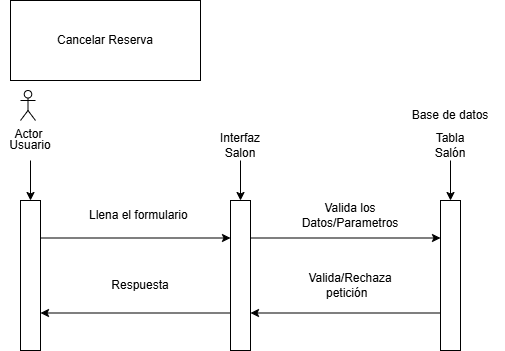
Earlier version of the draw.io export extracted_diagrams/image7.png (JulianCorsich1/Proyecto.Taller.JJ). Source tidied: cells renumbered, new cells last; positions are measured from the earlier drawing's top-left corner, leaving out a move shared by most shapes. Its diagram source:
```xml
<mxGraphModel>
  <root>
    <mxCell id="0" />
    <mxCell id="1" parent="0" />
    <mxCell id="2" style="edgeStyle=orthogonalEdgeStyle;rounded=0;jettySize=auto;html=1;" parent="1" edge="1" target="4">
      <mxGeometry relative="1" as="geometry">
        <mxPoint x="30" y="160" as="sourcePoint" />
      </mxGeometry>
    </mxCell>
    <mxCell id="3" style="edgeStyle=orthogonalEdgeStyle;rounded=0;jettySize=auto;html=1;exitX=1;exitY=0.25;exitDx=0;exitDy=0;entryX=0;entryY=0.25;entryDx=0;entryDy=0;" parent="1" edge="1" source="4" target="8">
      <mxGeometry relative="1" as="geometry" />
    </mxCell>
    <mxCell id="4" style="rounded=0;whiteSpace=wrap;html=1;" parent="1" vertex="1">
      <mxGeometry x="20" y="200" width="20" height="150" as="geometry" />
    </mxCell>
    <mxCell id="5" value="Usuario" style="text;html=1;whiteSpace=wrap;strokeColor=none;fillColor=none;align=center;verticalAlign=middle;rounded=0;" parent="1" vertex="1">
      <mxGeometry y="130" width="60" height="30" as="geometry" />
    </mxCell>
    <mxCell id="6" style="edgeStyle=orthogonalEdgeStyle;rounded=0;jettySize=auto;html=1;exitX=1;exitY=0.25;exitDx=0;exitDy=0;entryX=0;entryY=0.25;entryDx=0;entryDy=0;" parent="1" edge="1" source="8" target="10">
      <mxGeometry relative="1" as="geometry" />
    </mxCell>
    <mxCell id="7" style="edgeStyle=orthogonalEdgeStyle;rounded=0;jettySize=auto;html=1;exitX=0;exitY=0.75;exitDx=0;exitDy=0;entryX=1;entryY=0.75;entryDx=0;entryDy=0;" parent="1" edge="1" source="8" target="4">
      <mxGeometry relative="1" as="geometry" />
    </mxCell>
    <mxCell id="8" style="rounded=0;whiteSpace=wrap;html=1;" parent="1" vertex="1">
      <mxGeometry x="230" y="200" width="20" height="150" as="geometry" />
    </mxCell>
    <mxCell id="9" style="edgeStyle=orthogonalEdgeStyle;rounded=0;jettySize=auto;html=1;exitX=0;exitY=0.75;exitDx=0;exitDy=0;entryX=1;entryY=0.75;entryDx=0;entryDy=0;" parent="1" edge="1" source="10" target="8">
      <mxGeometry relative="1" as="geometry" />
    </mxCell>
    <mxCell id="10" style="rounded=0;whiteSpace=wrap;html=1;" parent="1" vertex="1">
      <mxGeometry x="440" y="200" width="20" height="150" as="geometry" />
    </mxCell>
    <mxCell id="11" style="edgeStyle=orthogonalEdgeStyle;rounded=0;jettySize=auto;html=1;exitX=0.5;exitY=1;exitDx=0;exitDy=0;entryX=0.5;entryY=0;entryDx=0;entryDy=0;" parent="1" edge="1" source="12" target="8">
      <mxGeometry relative="1" as="geometry" />
    </mxCell>
    <mxCell id="12" value="Interfaz Salon" style="text;html=1;whiteSpace=wrap;strokeColor=none;fillColor=none;align=center;verticalAlign=middle;rounded=0;" parent="1" vertex="1">
      <mxGeometry x="210" y="130" width="60" height="30" as="geometry" />
    </mxCell>
    <mxCell id="13" style="edgeStyle=orthogonalEdgeStyle;rounded=0;jettySize=auto;html=1;exitX=0.5;exitY=1;exitDx=0;exitDy=0;entryX=0.5;entryY=0;entryDx=0;entryDy=0;" parent="1" edge="1" source="14" target="10">
      <mxGeometry relative="1" as="geometry" />
    </mxCell>
    <mxCell id="14" value="Tabla Salón" style="text;html=1;whiteSpace=wrap;strokeColor=none;fillColor=none;align=center;verticalAlign=middle;rounded=0;" parent="1" vertex="1">
      <mxGeometry x="420" y="130" width="60" height="30" as="geometry" />
    </mxCell>
    <mxCell id="15" value="Llena el formulario&amp;nbsp;" style="text;html=1;whiteSpace=wrap;strokeColor=none;fillColor=none;align=center;verticalAlign=middle;rounded=0;" parent="1" vertex="1">
      <mxGeometry x="80" y="200" width="120" height="30" as="geometry" />
    </mxCell>
    <mxCell id="16" value="Valida los Datos/Parametros" style="text;html=1;whiteSpace=wrap;strokeColor=none;fillColor=none;align=center;verticalAlign=middle;rounded=0;" parent="1" vertex="1">
      <mxGeometry x="290" y="200" width="120" height="30" as="geometry" />
    </mxCell>
    <mxCell id="17" value="Valida/Rechaza petición&amp;nbsp;&amp;nbsp;" style="text;html=1;whiteSpace=wrap;strokeColor=none;fillColor=none;align=center;verticalAlign=middle;rounded=0;" parent="1" vertex="1">
      <mxGeometry x="290" y="270" width="120" height="30" as="geometry" />
    </mxCell>
    <mxCell id="18" value="Respuesta" style="text;html=1;whiteSpace=wrap;strokeColor=none;fillColor=none;align=center;verticalAlign=middle;rounded=0;" parent="1" vertex="1">
      <mxGeometry x="80" y="270" width="120" height="30" as="geometry" />
    </mxCell>
    <mxCell id="19" value="Cancelar Reserva" style="text;html=1;whiteSpace=wrap;strokeColor=default;fillColor=none;align=center;verticalAlign=middle;rounded=0;gradientColor=none;" parent="1" vertex="1">
      <mxGeometry x="10" width="190" height="80" as="geometry" />
    </mxCell>
    <mxCell id="20" value="Actor" style="shape=umlActor;verticalLabelPosition=bottom;verticalAlign=top;html=1;" parent="1" vertex="1">
      <mxGeometry x="20" y="90" width="15" height="30" as="geometry" />
    </mxCell>
    <mxCell id="21" value="Base de datos" style="text;html=1;whiteSpace=wrap;strokeColor=none;fillColor=none;align=center;verticalAlign=middle;rounded=0;" parent="1" vertex="1">
      <mxGeometry x="395" y="100" width="110" height="30" as="geometry" />
    </mxCell>
  </root>
</mxGraphModel>
```
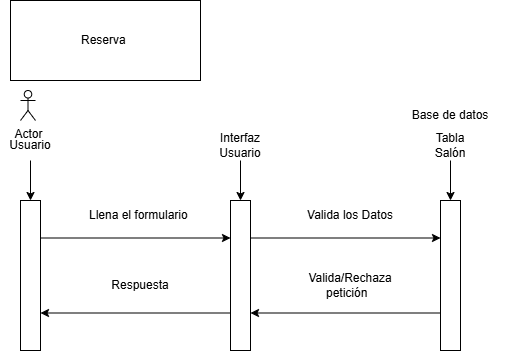
Above is the later version.

What changed in the source:
```diff
@@ -34,7 +34,7 @@
     <mxCell id="11" style="edgeStyle=orthogonalEdgeStyle;rounded=0;jettySize=auto;html=1;exitX=0.5;exitY=1;exitDx=0;exitDy=0;entryX=0.5;entryY=0;entryDx=0;entryDy=0;" parent="1" edge="1" source="12" target="8">
       <mxGeometry relative="1" as="geometry" />
     </mxCell>
-    <mxCell id="12" value="Interfaz Salon" style="text;html=1;whiteSpace=wrap;strokeColor=none;fillColor=none;align=center;verticalAlign=middle;rounded=0;" parent="1" vertex="1">
+    <mxCell id="12" value="Interfaz Usuario" style="text;html=1;whiteSpace=wrap;strokeColor=none;fillColor=none;align=center;verticalAlign=middle;rounded=0;" parent="1" vertex="1">
       <mxGeometry x="210" y="130" width="60" height="30" as="geometry" />
     </mxCell>
     <mxCell id="13" style="edgeStyle=orthogonalEdgeStyle;rounded=0;jettySize=auto;html=1;exitX=0.5;exitY=1;exitDx=0;exitDy=0;entryX=0.5;entryY=0;entryDx=0;entryDy=0;" parent="1" edge="1" source="14" target="10">
@@ -46,7 +46,7 @@
     <mxCell id="15" value="Llena el formulario&amp;nbsp;" style="text;html=1;whiteSpace=wrap;strokeColor=none;fillColor=none;align=center;verticalAlign=middle;rounded=0;" parent="1" vertex="1">
       <mxGeometry x="80" y="200" width="120" height="30" as="geometry" />
     </mxCell>
-    <mxCell id="16" value="Valida los Datos/Parametros" style="text;html=1;whiteSpace=wrap;strokeColor=none;fillColor=none;align=center;verticalAlign=middle;rounded=0;" parent="1" vertex="1">
+    <mxCell id="16" value="Valida los Datos" style="text;html=1;whiteSpace=wrap;strokeColor=none;fillColor=none;align=center;verticalAlign=middle;rounded=0;" parent="1" vertex="1">
       <mxGeometry x="290" y="200" width="120" height="30" as="geometry" />
     </mxCell>
     <mxCell id="17" value="Valida/Rechaza petición&amp;nbsp;&amp;nbsp;" style="text;html=1;whiteSpace=wrap;strokeColor=none;fillColor=none;align=center;verticalAlign=middle;rounded=0;" parent="1" vertex="1">
@@ -55,7 +55,7 @@
     <mxCell id="18" value="Respuesta" style="text;html=1;whiteSpace=wrap;strokeColor=none;fillColor=none;align=center;verticalAlign=middle;rounded=0;" parent="1" vertex="1">
       <mxGeometry x="80" y="270" width="120" height="30" as="geometry" />
     </mxCell>
-    <mxCell id="19" value="Cancelar Reserva" style="text;html=1;whiteSpace=wrap;strokeColor=default;fillColor=none;align=center;verticalAlign=middle;rounded=0;gradientColor=none;" parent="1" vertex="1">
+    <mxCell id="19" value="Reserva&amp;nbsp;" style="text;html=1;whiteSpace=wrap;strokeColor=default;fillColor=none;align=center;verticalAlign=middle;rounded=0;gradientColor=none;" parent="1" vertex="1">
       <mxGeometry x="10" width="190" height="80" as="geometry" />
     </mxCell>
     <mxCell id="20" value="Actor" style="shape=umlActor;verticalLabelPosition=bottom;verticalAlign=top;html=1;" parent="1" vertex="1">
```
